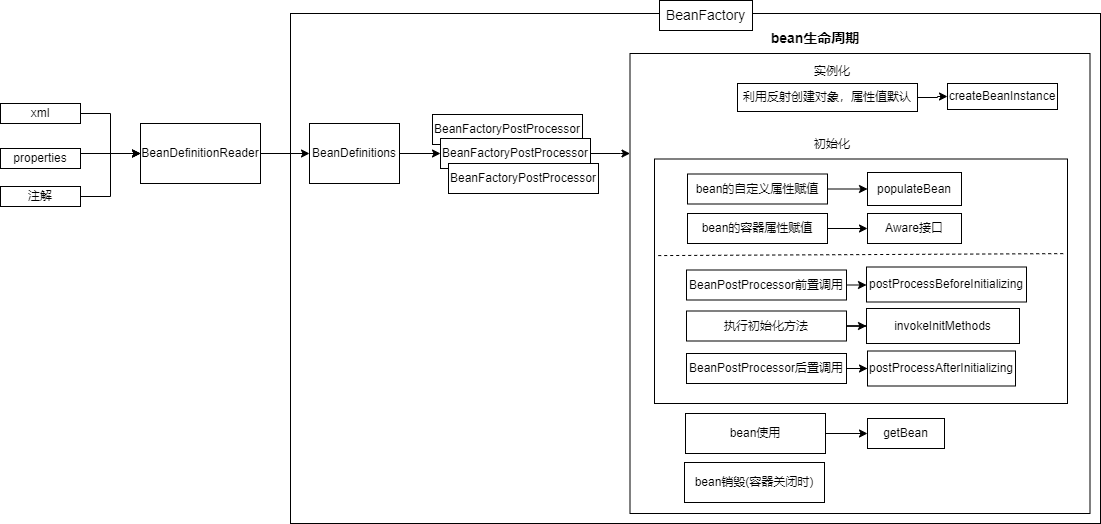
The draw.io diagram spring源码--bean生命周期.png in onedream719/-, before a commit. Source tidied: cells renumbered, new cells last; positions are measured from the earlier drawing's top-left corner, leaving out a move shared by most shapes.
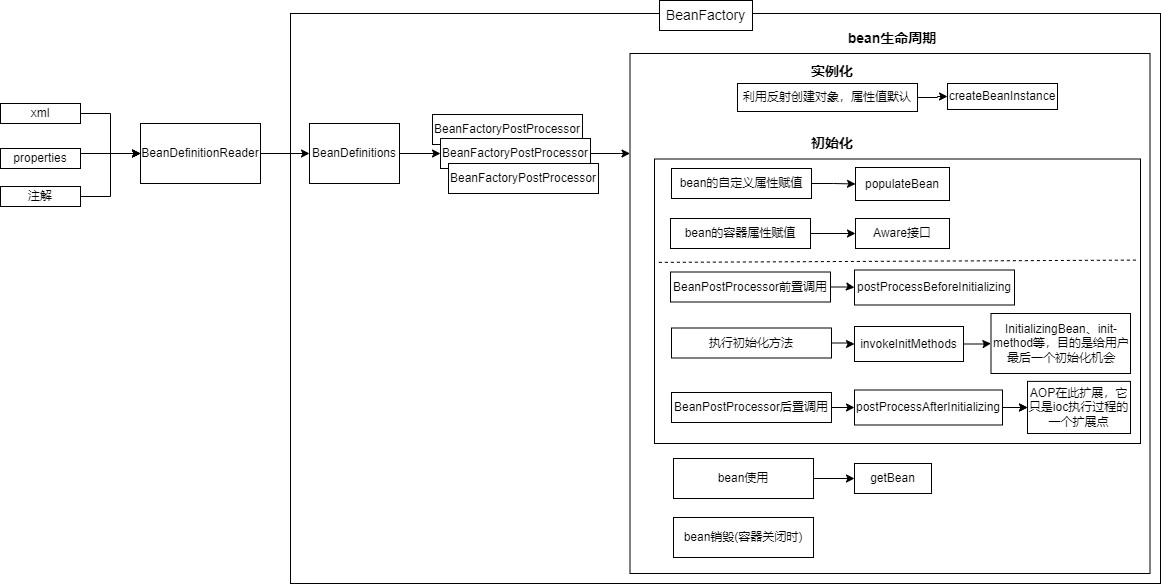
The same diagram one commit later.

Commit message:
更新spring源码--bean生命周期.png

Change to the diagram source:
```diff
@@ -24,7 +24,7 @@
       <mxGeometry x="140" y="123" width="120" height="60" as="geometry" />
     </mxCell>
     <mxCell id="9" style="rounded=0;whiteSpace=wrap;html=1;" parent="1" vertex="1">
-      <mxGeometry x="290" y="13" width="810" height="510" as="geometry" />
+      <mxGeometry x="290" y="13" width="870" height="570" as="geometry" />
     </mxCell>
     <mxCell id="10" style="edgeStyle=orthogonalEdgeStyle;rounded=0;jettySize=auto;html=1;exitX=1;exitY=0.5;exitDx=0;exitDy=0;entryX=0;entryY=0.5;entryDx=0;entryDy=0;" parent="1" edge="1" source="11" target="15">
       <mxGeometry relative="1" as="geometry" />
@@ -33,7 +33,7 @@
       <mxGeometry x="309" y="123" width="90" height="60" as="geometry" />
     </mxCell>
     <mxCell id="12" style="whiteSpace=wrap;html=1;" parent="1" vertex="1">
-      <mxGeometry x="629.5" y="53" width="460" height="460" as="geometry" />
+      <mxGeometry x="629.5" y="53" width="520" height="520" as="geometry" />
     </mxCell>
     <mxCell id="13" value="BeanFactoryPostProcessor" style="rounded=0;whiteSpace=wrap;html=1;" parent="1" vertex="1">
       <mxGeometry x="432" y="114" width="150" height="30" as="geometry" />
@@ -53,7 +53,7 @@
       <mxGeometry x="448" y="163" width="150" height="30" as="geometry" />
     </mxCell>
     <mxCell id="17" style="rounded=0;whiteSpace=wrap;html=1;" parent="1" vertex="1">
-      <mxGeometry x="654" y="158.5" width="413" height="244.5" as="geometry" />
+      <mxGeometry x="654" y="158.5" width="486" height="284.5" as="geometry" />
     </mxCell>
     <mxCell id="18" style="edgeStyle=orthogonalEdgeStyle;rounded=0;jettySize=auto;html=1;" parent="1" edge="1" source="19" target="26">
       <mxGeometry relative="1" as="geometry" />
@@ -61,38 +61,33 @@
     <mxCell id="19" value="利用反射创建对象，属性值默认" style="rounded=0;whiteSpace=wrap;html=1;" parent="1" vertex="1">
       <mxGeometry x="737" y="83" width="180" height="28" as="geometry" />
     </mxCell>
-    <mxCell id="20" value="实例化" style="text;html=1;strokeColor=none;fillColor=none;align=center;verticalAlign=middle;whiteSpace=wrap;rounded=0;" parent="1" vertex="1">
+    <mxCell id="20" value="&lt;b&gt;&lt;font style=&quot;font-size: 14px&quot;&gt;实例化&lt;/font&gt;&lt;/b&gt;" style="text;html=1;strokeColor=none;fillColor=none;align=center;verticalAlign=middle;whiteSpace=wrap;rounded=0;" parent="1" vertex="1">
       <mxGeometry x="802" y="56" width="60" height="30" as="geometry" />
     </mxCell>
-    <mxCell id="21" value="初始化" style="text;html=1;strokeColor=none;fillColor=none;align=center;verticalAlign=middle;whiteSpace=wrap;rounded=0;" parent="1" vertex="1">
-      <mxGeometry x="802" y="128.5" width="60" height="30" as="geometry" />
+    <mxCell id="21" value="&lt;b&gt;&lt;font style=&quot;font-size: 14px&quot;&gt;初始化&lt;/font&gt;&lt;/b&gt;" style="text;html=1;strokeColor=none;fillColor=none;align=center;verticalAlign=middle;whiteSpace=wrap;rounded=0;" parent="1" vertex="1">
+      <mxGeometry x="802" y="127.5" width="60" height="30" as="geometry" />
     </mxCell>
     <mxCell id="22" style="edgeStyle=orthogonalEdgeStyle;rounded=0;jettySize=auto;html=1;" parent="1" edge="1" source="23" target="25">
       <mxGeometry relative="1" as="geometry" />
     </mxCell>
     <mxCell id="23" value="bean的自定义属性赋值" style="rounded=0;whiteSpace=wrap;html=1;" parent="1" vertex="1">
-      <mxGeometry x="687" y="173.5" width="140" height="30" as="geometry" />
+      <mxGeometry x="671" y="168" width="140" height="30" as="geometry" />
     </mxCell>
     <mxCell id="24" style="edgeStyle=orthogonalEdgeStyle;rounded=0;jettySize=auto;html=1;" parent="1" edge="1" source="28" target="27">
       <mxGeometry relative="1" as="geometry" />
     </mxCell>
     <mxCell id="25" value="populateBean" style="whiteSpace=wrap;html=1;rounded=0;" parent="1" vertex="1">
-      <mxGeometry x="867" y="172" width="94" height="33" as="geometry" />
+      <mxGeometry x="855" y="167" width="94" height="33" as="geometry" />
     </mxCell>
     <mxCell id="26" value="&lt;span&gt;createBeanInstance&lt;/span&gt;" style="whiteSpace=wrap;html=1;rounded=0;" parent="1" vertex="1">
       <mxGeometry x="947" y="83" width="110" height="26" as="geometry" />
     </mxCell>
     <mxCell id="27" value="Aware接口" style="whiteSpace=wrap;html=1;rounded=0;" parent="1" vertex="1">
-      <mxGeometry x="867" y="213" width="94" height="30" as="geometry" />
+      <mxGeometry x="855" y="218" width="94" height="30" as="geometry" />
     </mxCell>
     <mxCell id="28" value="bean的容器属性赋值" style="rounded=0;whiteSpace=wrap;html=1;" parent="1" vertex="1">
-      <mxGeometry x="687" y="213" width="140" height="30" as="geometry" />
+      <mxGeometry x="670" y="218" width="140" height="30" as="geometry" />
     </mxCell>
-    <mxCell id="29" style="endArrow=none;html=1;rounded=0;" parent="1" edge="1" target="28">
-      <mxGeometry relative="1" as="geometry">
-        <mxPoint x="750" y="243" as="sourcePoint" />
-      </mxGeometry>
-    </mxCell>
     <mxCell id="30" style="edgeStyle=orthogonalEdgeStyle;rounded=0;jettySize=auto;html=1;" parent="1" edge="1" source="36" target="37">
       <mxGeometry relative="1" as="geometry" />
     </mxCell>
@@ -100,43 +95,55 @@
       <mxGeometry relative="1" as="geometry" />
     </mxCell>
     <mxCell id="32" value="BeanPostProcessor后置调用" style="rounded=0;whiteSpace=wrap;html=1;" parent="1" vertex="1">
-      <mxGeometry x="686" y="353" width="160" height="30" as="geometry" />
+      <mxGeometry x="671" y="392" width="160" height="30" as="geometry" />
     </mxCell>
     <mxCell id="33" style="edgeStyle=orthogonalEdgeStyle;rounded=0;jettySize=auto;html=1;" parent="1" edge="1" source="34" target="35">
       <mxGeometry relative="1" as="geometry" />
     </mxCell>
     <mxCell id="34" value="执行初始化方法" style="rounded=0;whiteSpace=wrap;html=1;" parent="1" vertex="1">
-      <mxGeometry x="686" y="310.5" width="160" height="30" as="geometry" />
+      <mxGeometry x="671" y="327.5" width="160" height="30" as="geometry" />
     </mxCell>
+    <mxCell id="47" style="edgeStyle=orthogonalEdgeStyle;rounded=0;jettySize=auto;html=1;" parent="1" edge="1" source="35" target="51">
+      <mxGeometry relative="1" as="geometry" />
+    </mxCell>
     <mxCell id="35" value="invokeInitMethods" style="whiteSpace=wrap;html=1;rounded=0;" parent="1" vertex="1">
-      <mxGeometry x="866" y="308" width="153" height="35" as="geometry" />
+      <mxGeometry x="854" y="326" width="109" height="35" as="geometry" />
     </mxCell>
     <mxCell id="36" value="BeanPostProcessor前置调用" style="rounded=0;whiteSpace=wrap;html=1;" parent="1" vertex="1">
-      <mxGeometry x="686" y="269.5" width="160" height="30" as="geometry" />
+      <mxGeometry x="670" y="271.5" width="160" height="30" as="geometry" />
     </mxCell>
     <mxCell id="37" value="postProcessBeforeInitializing" style="whiteSpace=wrap;html=1;rounded=0;" parent="1" vertex="1">
-      <mxGeometry x="866" y="266.5" width="160" height="35" as="geometry" />
+      <mxGeometry x="854" y="269.5" width="160" height="35" as="geometry" />
     </mxCell>
-    <mxCell id="38" style="endArrow=none;dashed=1;html=1;rounded=0;exitX=0.009;exitY=0.395;exitDx=0;exitDy=0;exitPerimeter=0;entryX=0.995;entryY=0.387;entryDx=0;entryDy=0;entryPerimeter=0;" parent="1" edge="1" source="17" target="17">
-      <mxGeometry relative="1" as="geometry" />
+    <mxCell id="38" style="endArrow=none;dashed=1;html=1;rounded=0;exitX=0.009;exitY=0.395;exitDx=0;exitDy=0;exitPerimeter=0;entryX=0.995;entryY=0.387;entryDx=0;entryDy=0;entryPerimeter=0;" parent="1" edge="1">
+      <mxGeometry relative="1" as="geometry">
+        <mxPoint x="658.4" y="261.9" as="sourcePoint" />
+        <mxPoint x="1137.6" y="259.6" as="targetPoint" />
+      </mxGeometry>
     </mxCell>
+    <mxCell id="48" style="edgeStyle=orthogonalEdgeStyle;rounded=0;jettySize=auto;html=1;" parent="1" edge="1" source="39" target="50">
+      <mxGeometry relative="1" as="geometry" />
+    </mxCell>
+    <mxCell id="49" style="edgeStyle=orthogonalEdgeStyle;rounded=0;jettySize=auto;html=1;" parent="1" edge="1" source="39" target="50">
+      <mxGeometry relative="1" as="geometry" />
+    </mxCell>
     <mxCell id="39" value="&lt;span&gt;postProcessAfterInitializing&lt;/span&gt;" style="whiteSpace=wrap;html=1;rounded=0;" parent="1" vertex="1">
-      <mxGeometry x="867" y="350.5" width="148" height="35" as="geometry" />
+      <mxGeometry x="854" y="389.5" width="148" height="35" as="geometry" />
     </mxCell>
     <mxCell id="40" style="edgeStyle=orthogonalEdgeStyle;rounded=0;jettySize=auto;html=1;" parent="1" edge="1" source="41" target="43">
       <mxGeometry relative="1" as="geometry" />
     </mxCell>
     <mxCell id="41" value="bean使用" style="rounded=0;whiteSpace=wrap;html=1;" parent="1" vertex="1">
-      <mxGeometry x="685" y="413" width="140" height="40" as="geometry" />
+      <mxGeometry x="673" y="458" width="140" height="40" as="geometry" />
     </mxCell>
     <mxCell id="42" value="bean销毁(容器关闭时)" style="rounded=0;whiteSpace=wrap;html=1;" parent="1" vertex="1">
-      <mxGeometry x="684" y="462" width="140" height="40" as="geometry" />
+      <mxGeometry x="673" y="517" width="140" height="40" as="geometry" />
     </mxCell>
     <mxCell id="43" value="getBean" style="whiteSpace=wrap;html=1;rounded=0;" parent="1" vertex="1">
-      <mxGeometry x="867" y="418" width="77" height="30" as="geometry" />
+      <mxGeometry x="854" y="463" width="77" height="30" as="geometry" />
     </mxCell>
     <mxCell id="44" value="&lt;b&gt;&lt;font style=&quot;font-size: 14px&quot;&gt;bean生命周期&lt;/font&gt;&lt;/b&gt;" style="text;html=1;strokeColor=none;fillColor=none;align=center;verticalAlign=middle;whiteSpace=wrap;rounded=0;" parent="1" vertex="1">
-      <mxGeometry x="760" y="23" width="110" height="30" as="geometry" />
+      <mxGeometry x="837" y="23" width="110" height="30" as="geometry" />
     </mxCell>
     <mxCell id="45" value="BeanFactory" style="rounded=0;whiteSpace=wrap;html=1;fontSize=14;" parent="1" vertex="1">
       <mxGeometry x="659" width="93" height="30" as="geometry" />
@@ -144,5 +151,11 @@
     <mxCell id="46" style="endArrow=classic;html=1;rounded=0;fontSize=14;exitX=1;exitY=0.5;exitDx=0;exitDy=0;" parent="1" edge="1" source="8" target="11">
       <mxGeometry relative="1" as="geometry" />
     </mxCell>
+    <mxCell id="50" value="AOP在此扩展，它只是ioc执行过程的一个扩展点" style="whiteSpace=wrap;html=1;rounded=0;" parent="1" vertex="1">
+      <mxGeometry x="1027" y="380.9" width="103" height="52.1" as="geometry" />
+    </mxCell>
+    <mxCell id="51" value="InitializingBean、init-method等，目的是给用户最后一个初始化机会" style="whiteSpace=wrap;html=1;rounded=0;" parent="1" vertex="1">
+      <mxGeometry x="990.5" y="313" width="139.5" height="60" as="geometry" />
+    </mxCell>
   </root>
 </mxGraphModel>
```
